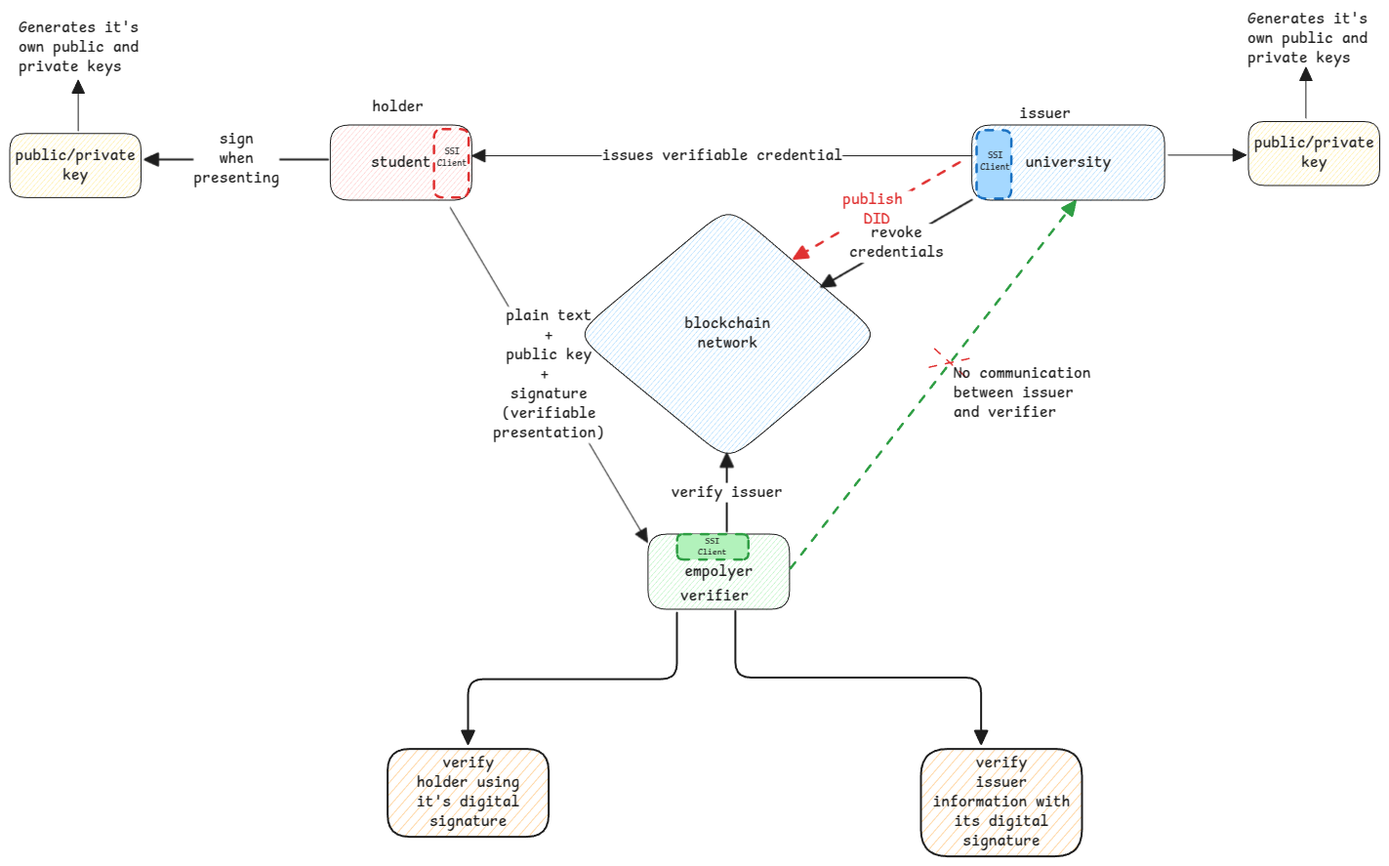
Earlier version of the Excalidraw export static/img/ssi.excalidraw.png (swaroopar/inprogress-engineer). Source tidied: one line per element, renumbered; positions are measured from the earlier drawing's top-left corner, leaving out a move shared by most shapes.
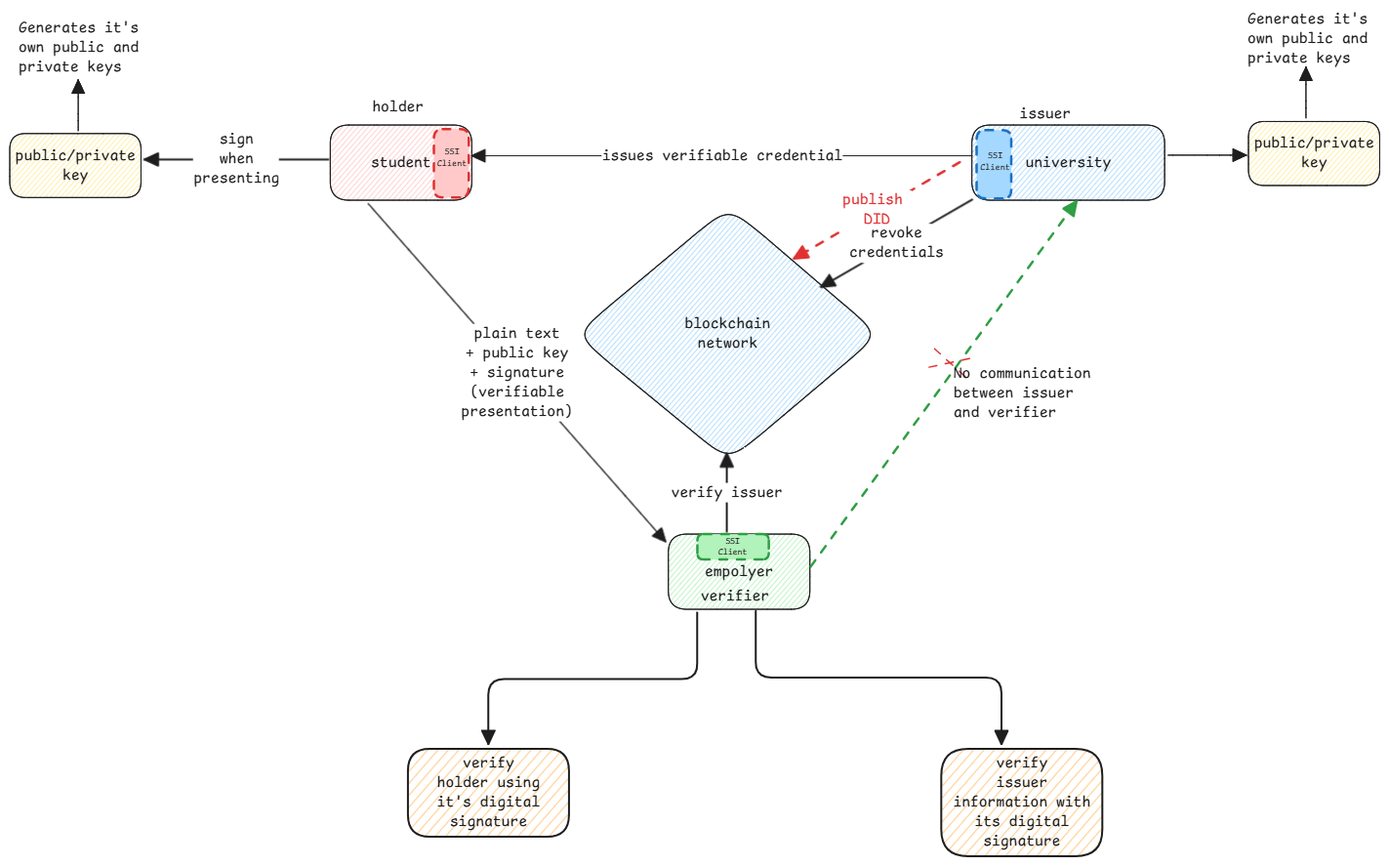
The same diagram one commit later.

Diff of the diagram source:
```diff
@@ -2,29 +2,29 @@
 {"id": 1, "type": "text", "text": "student", "strokeColor": "#1e1e1e", "strokeWidth": 1, "roughness": 0, "fontSize": 16, "fontFamily": 8, "textAlign": "center", "verticalAlign": "middle", "inside": 0, "x": 370, "y": 147, "width": 62, "height": 20}
 {"id": 2, "type": "rectangle", "strokeColor": "#1e1e1e", "backgroundColor": "#a5d8ff", "fillStyle": "hachure", "strokeWidth": 1, "roughness": 0, "round": true, "x": 986, "y": 118, "width": 198, "height": 77}
 {"id": 3, "type": "text", "text": "university", "strokeColor": "#1e1e1e", "strokeWidth": 1, "roughness": 0, "fontSize": 16, "fontFamily": 8, "textAlign": "center", "verticalAlign": "middle", "inside": 2, "x": 1040, "y": 147, "width": 88, "height": 20}
-{"id": 4, "type": "rectangle", "strokeColor": "#1e1e1e", "backgroundColor": "#b2f2bb", "fillStyle": "hachure", "strokeWidth": 1, "roughness": 0, "round": true, "x": 654, "y": 537, "width": 145, "height": 77}
+{"id": 4, "type": "rectangle", "strokeColor": "#1e1e1e", "backgroundColor": "#b2f2bb", "fillStyle": "hachure", "strokeWidth": 1, "roughness": 0, "round": true, "x": 675, "y": 537, "width": 145, "height": 77}
-{"id": 5, "type": "text", "text": "empolyer", "strokeColor": "#1e1e1e", "strokeWidth": 1, "roughness": 0, "fontSize": 16, "fontFamily": 8, "textAlign": "center", "verticalAlign": "middle", "inside": 4, "x": 691, "y": 566, "width": 70, "height": 20}
+{"id": 5, "type": "text", "text": "empolyer", "strokeColor": "#1e1e1e", "strokeWidth": 1, "roughness": 0, "fontSize": 16, "fontFamily": 8, "textAlign": "center", "verticalAlign": "middle", "inside": 4, "x": 712, "y": 566, "width": 70, "height": 20}
 {"id": 6, "type": "diamond", "strokeColor": "#1e1e1e", "backgroundColor": "#a5d8ff", "fillStyle": "hachure", "strokeWidth": 1, "roughness": 0, "round": true, "x": 579, "y": 202, "width": 312, "height": 261}
 {"id": 7, "type": "text", "text": "blockchain\nnetwork", "strokeColor": "#1e1e1e", "strokeWidth": 1, "roughness": 0, "fontSize": 16, "fontFamily": 8, "textAlign": "center", "verticalAlign": "middle", "inside": 6, "x": 691, "y": 312, "width": 88, "height": 40}
 {"id": 8, "type": "text", "text": "issuer", "strokeColor": "#1e1e1e", "strokeWidth": 1, "roughness": 0, "fontSize": 16, "fontFamily": 8, "x": 1034, "y": 97, "width": 53, "height": 20}
 {"id": 9, "type": "arrow", "strokeColor": "#1e1e1e", "strokeWidth": 1, "roughness": 0, "endArrowhead": "triangle", "round": true, "x": 986, "y": 150, "width": 513, "height": 0, "points": [[0, 0], [-513, 0]]}
 {"id": 10, "type": "text", "text": "issues verifiable credential", "strokeColor": "#1e1e1e", "strokeWidth": 1, "roughness": 0, "fontSize": 16, "fontFamily": 8, "textAlign": "center", "verticalAlign": "middle", "inside": 9, "x": 607, "y": 140, "width": 246, "height": 20}
-{"id": 11, "type": "arrow", "strokeColor": "#1e1e1e", "strokeWidth": 1, "roughness": 0, "endArrowhead": "triangle", "round": true, "from": 26, "to": 4, "x": 451, "y": 203, "width": 202, "height": 343, "points": [[0, 0], [202, 343]]}
+{"id": 11, "type": "arrow", "strokeColor": "#1e1e1e", "strokeWidth": 1, "roughness": 0, "endArrowhead": "triangle", "round": true, "from": 0, "to": 4, "x": 367, "y": 198, "width": 305, "height": 347, "points": [[0, 0], [305, 347]]}
-{"id": 12, "type": "text", "text": "plain text\n+\npublic key\n+ \nsignature\n(verifiable\npresentation)", "strokeColor": "#1e1e1e", "strokeWidth": 1, "roughness": 0, "fontSize": 16, "fontFamily": 8, "textAlign": "center", "verticalAlign": "middle", "inside": 11, "x": 471, "y": 302, "width": 114, "height": 140}
+{"id": 12, "type": "text", "text": "plain text\n+ public key\n+ signature\n(verifiable\npresentation)", "strokeColor": "#1e1e1e", "strokeWidth": 1, "roughness": 0, "fontSize": 16, "fontFamily": 8, "textAlign": "center", "verticalAlign": "middle", "inside": 11, "x": 453, "y": 322, "width": 114, "height": 100}
 {"id": 13, "type": "rectangle", "strokeColor": "#1e1e1e", "backgroundColor": "#ffec99", "fillStyle": "hachure", "strokeWidth": 1, "roughness": 0, "round": true, "x": 1269, "y": 114, "width": 134, "height": 66}
 {"id": 14, "type": "text", "text": "public/private\nkey", "strokeColor": "#1e1e1e", "strokeWidth": 1, "roughness": 0, "fontSize": 16, "fontFamily": 8, "textAlign": "center", "verticalAlign": "middle", "inside": 13, "x": 1275, "y": 127, "width": 123, "height": 40}
 {"id": 15, "type": "arrow", "strokeColor": "#1e1e1e", "strokeWidth": 1, "roughness": 0, "endArrowhead": "triangle", "round": true, "to": 13, "x": 1187, "y": 149, "width": 80, "height": 0, "points": [[0, 0], [80, 0]]}
 {"id": 16, "type": "arrow", "strokeColor": "#1e1e1e", "strokeWidth": 1, "roughness": 0, "endArrowhead": "triangle", "round": true, "x": 1328, "y": 111, "width": 0, "height": 52, "points": [[0, 0], [0, -52]]}
 {"id": 17, "type": "text", "text": "Generates it's\nown public and \nprivate keys", "strokeColor": "#1e1e1e", "strokeWidth": 1, "roughness": 0, "fontSize": 16, "fontFamily": 8, "x": 1268, "y": 0, "width": 132, "height": 60}
-{"id": 18, "type": "arrow", "strokeColor": "#2f9e44", "strokeWidth": 2, "strokeStyle": "dashed", "roughness": 0, "endArrowhead": "triangle", "round": true, "from": 4, "to": 2, "x": 800, "y": 572, "width": 292, "height": 376, "points": [[0, 0], [292, -376]]}
+{"id": 18, "type": "arrow", "strokeColor": "#2f9e44", "strokeWidth": 2, "strokeStyle": "dashed", "roughness": 0, "endArrowhead": "triangle", "round": true, "from": 4, "to": 2, "x": 821, "y": 570, "width": 272, "height": 374, "points": [[0, 0], [272, -374]]}
 {"id": 19, "type": "line", "strokeColor": "#e03131", "strokeWidth": 1, "strokeStyle": "dashed", "roughness": 0, "round": true, "x": 947, "y": 347, "width": 36, "height": 32, "points": [[0, 0], [36, 32]]}
 {"id": 20, "type": "line", "strokeColor": "#e03131", "strokeWidth": 1, "strokeStyle": "dashed", "roughness": 0, "round": true, "x": 942, "y": 366, "width": 41, "height": 9, "points": [[0, 0], [41, -9]]}
 {"id": 21, "type": "text", "text": "No communication\nbetween issuer\nand verifier", "strokeColor": "#1e1e1e", "strokeWidth": 2, "strokeStyle": "dashed", "roughness": 0, "fontSize": 16, "fontFamily": 8, "x": 967, "y": 363, "width": 141, "height": 60}
-{"id": 22, "type": "text", "text": "verifier", "strokeColor": "#1e1e1e", "strokeWidth": 2, "strokeStyle": "dashed", "roughness": 0, "fontSize": 16, "fontFamily": 8, "x": 687, "y": 591, "width": 70, "height": 20}
+{"id": 22, "type": "text", "text": "verifier", "strokeColor": "#1e1e1e", "strokeWidth": 2, "strokeStyle": "dashed", "roughness": 0, "fontSize": 16, "fontFamily": 8, "x": 708, "y": 591, "width": 70, "height": 20}
 {"id": 23, "type": "text", "text": "holder", "strokeColor": "#1e1e1e", "strokeWidth": 2, "strokeStyle": "dashed", "roughness": 0, "fontSize": 16, "fontFamily": 8, "x": 371, "y": 90, "width": 53, "height": 20}
 {"id": 24, "type": "arrow", "strokeColor": "#e03131", "strokeWidth": 2, "strokeStyle": "dashed", "roughness": 0, "endArrowhead": "triangle", "round": true, "from": 2, "to": 6, "x": 973, "y": 156, "width": 170, "height": 99, "points": [[0, 0], [-170, 99]]}
 {"id": 25, "type": "text", "text": "publish \nDID", "strokeColor": "#e03131", "strokeWidth": 2, "strokeStyle": "dashed", "roughness": 0, "fontSize": 16, "fontFamily": 8, "textAlign": "center", "verticalAlign": "middle", "inside": 24, "x": 869, "y": 203, "width": 70, "height": 40}
-{"id": 26, "type": "rectangle", "strokeColor": "#e03131", "strokeWidth": 2, "strokeStyle": "dashed", "roughness": 0, "round": true, "x": 435, "y": 122, "width": 36, "height": 70}
+{"id": 26, "type": "rectangle", "strokeColor": "#e03131", "backgroundColor": "#ffc9c9", "fillStyle": "solid", "strokeWidth": 2, "strokeStyle": "dashed", "roughness": 0, "round": true, "x": 435, "y": 122, "width": 36, "height": 70}
 {"id": 27, "type": "text", "text": "SSI\nClient", "strokeColor": "#1e1e1e", "strokeWidth": 2, "strokeStyle": "dashed", "roughness": 0, "fontSize": 9.33, "fontFamily": 8, "textAlign": "center", "x": 438, "y": 140, "width": 31, "height": 23}
 {"id": 28, "type": "rectangle", "strokeColor": "#1e1e1e", "backgroundColor": "#ffec99", "fillStyle": "hachure", "strokeWidth": 1, "roughness": 0, "round": true, "x": 0, "y": 127, "width": 134, "height": 66}
 {"id": 29, "type": "text", "text": "public/private\nkey", "strokeColor": "#1e1e1e", "strokeWidth": 1, "roughness": 0, "fontSize": 16, "fontFamily": 8, "textAlign": "center", "verticalAlign": "middle", "inside": 28, "x": 6, "y": 140, "width": 123, "height": 40}
@@ -32,17 +32,17 @@
 {"id": 31, "type": "text", "text": "Generates it's\nown public and \nprivate keys", "strokeColor": "#1e1e1e", "strokeWidth": 1, "roughness": 0, "fontSize": 16, "fontFamily": 8, "x": 9, "y": 9, "width": 132, "height": 60}
 {"id": 32, "type": "arrow", "strokeColor": "#1e1e1e", "strokeWidth": 2, "roughness": 0, "endArrowhead": "triangle", "round": true, "from": 0, "x": 326, "y": 153, "width": 188, "height": 0, "points": [[0, 0], [-188, 0]]}
 {"id": 33, "type": "text", "text": "sign\nwhen\npresenting", "strokeColor": "#1e1e1e", "strokeWidth": 2, "roughness": 0, "fontSize": 16, "fontFamily": 8, "textAlign": "center", "verticalAlign": "middle", "inside": 32, "x": 214, "y": 123, "width": 88, "height": 60}
-{"id": 34, "type": "rectangle", "strokeColor": "#1e1e1e", "backgroundColor": "#ffd8a8", "fillStyle": "hachure", "strokeWidth": 2, "roughness": 0, "round": true, "x": 387, "y": 757, "width": 165, "height": 90}
+{"id": 34, "type": "rectangle", "strokeColor": "#1e1e1e", "backgroundColor": "#ffd8a8", "fillStyle": "hachure", "strokeWidth": 2, "roughness": 0, "round": true, "x": 408, "y": 757, "width": 165, "height": 90}
-{"id": 35, "type": "text", "text": "verify\nholder using\nit's digital\nsignature", "strokeColor": "#1e1e1e", "strokeWidth": 2, "roughness": 0, "fontSize": 16, "fontFamily": 8, "textAlign": "center", "verticalAlign": "middle", "inside": 34, "x": 417, "y": 762, "width": 106, "height": 80}
+{"id": 35, "type": "text", "text": "verify\nholder using\nit's digital\nsignature", "strokeColor": "#1e1e1e", "strokeWidth": 2, "roughness": 0, "fontSize": 16, "fontFamily": 8, "textAlign": "center", "verticalAlign": "middle", "inside": 34, "x": 438, "y": 762, "width": 106, "height": 80}
-{"id": 36, "type": "rectangle", "strokeColor": "#1e1e1e", "backgroundColor": "#ffd8a8", "fillStyle": "hachure", "strokeWidth": 2, "roughness": 0, "round": true, "x": 933, "y": 757, "width": 165, "height": 110}
+{"id": 36, "type": "rectangle", "strokeColor": "#1e1e1e", "backgroundColor": "#ffd8a8", "fillStyle": "hachure", "strokeWidth": 2, "roughness": 0, "round": true, "x": 954, "y": 757, "width": 165, "height": 110}
-{"id": 37, "type": "text", "text": "verify\nissuer\ninformation with\nits digital\nsignature", "strokeColor": "#1e1e1e", "strokeWidth": 2, "roughness": 0, "fontSize": 16, "fontFamily": 8, "textAlign": "center", "verticalAlign": "middle", "inside": 36, "x": 946, "y": 762, "width": 141, "height": 100}
+{"id": 37, "type": "text", "text": "verify\nissuer\ninformation with\nits digital\nsignature", "strokeColor": "#1e1e1e", "strokeWidth": 2, "roughness": 0, "fontSize": 16, "fontFamily": 8, "textAlign": "center", "verticalAlign": "middle", "inside": 36, "x": 966, "y": 762, "width": 141, "height": 100}
 {"id": 38, "type": "arrow", "strokeColor": "#1e1e1e", "strokeWidth": 2, "roughness": 0, "endArrowhead": "triangle", "round": true, "x": 735, "y": 535, "width": 0, "height": 80, "points": [[0, 0], [0, -80]]}
 {"id": 39, "type": "text", "text": "verify issuer", "strokeColor": "#1e1e1e", "strokeWidth": 2, "roughness": 0, "fontSize": 16, "fontFamily": 8, "textAlign": "center", "verticalAlign": "middle", "inside": 38, "x": 677, "y": 485, "width": 114, "height": 20}
 {"id": 40, "type": "rectangle", "strokeColor": "#1971c2", "backgroundColor": "#a5d8ff", "fillStyle": "solid", "strokeWidth": 2, "strokeStyle": "dashed", "roughness": 0, "round": true, "x": 991, "y": 123, "width": 36, "height": 70}
 {"id": 41, "type": "text", "text": "SSI\nClient", "strokeColor": "#1e1e1e", "strokeWidth": 2, "strokeStyle": "dashed", "roughness": 0, "fontSize": 9.33, "fontFamily": 8, "textAlign": "center", "x": 994, "y": 144, "width": 31, "height": 23}
 {"id": 42, "type": "arrow", "strokeColor": "#1e1e1e", "strokeWidth": 2, "roughness": 0, "endArrowhead": "triangle", "round": true, "x": 986, "y": 195, "width": 155, "height": 89, "points": [[0, 0], [-155, 89]]}
 {"id": 43, "type": "text", "text": "revoke\ncredentials", "strokeColor": "#1e1e1e", "strokeWidth": 2, "roughness": 0, "fontSize": 16, "fontFamily": 8, "textAlign": "center", "verticalAlign": "middle", "inside": 42, "x": 860, "y": 219, "width": 97, "height": 40}
-{"id": 44, "type": "rectangle", "strokeColor": "#2f9e44", "backgroundColor": "#b2f2bb", "fillStyle": "solid", "strokeWidth": 2, "strokeStyle": "dashed", "roughness": 0, "round": true, "x": 684, "y": 537, "width": 73, "height": 26}
+{"id": 44, "type": "rectangle", "strokeColor": "#2f9e44", "backgroundColor": "#b2f2bb", "fillStyle": "solid", "strokeWidth": 2, "strokeStyle": "dashed", "roughness": 0, "round": true, "x": 704, "y": 537, "width": 73, "height": 26}
-{"id": 45, "type": "text", "text": "SSI\nClient", "strokeColor": "#1e1e1e", "strokeWidth": 2, "strokeStyle": "dashed", "roughness": 0, "fontSize": 8.95, "fontFamily": 8, "textAlign": "center", "x": 705, "y": 539, "width": 30, "height": 22}
+{"id": 45, "type": "text", "text": "SSI\nClient", "strokeColor": "#1e1e1e", "strokeWidth": 2, "strokeStyle": "dashed", "roughness": 0, "fontSize": 8.95, "fontFamily": 8, "textAlign": "center", "x": 726, "y": 539, "width": 30, "height": 22}
-{"id": 46, "type": "arrow", "strokeColor": "#1e1e1e", "strokeWidth": 2, "roughness": 0, "endArrowhead": "triangle", "from": 4, "to": 34, "x": 684, "y": 618, "width": 214, "height": 135, "points": [[0, 0], [0, 68], [-214, 68], [-214, 135]]}
+{"id": 46, "type": "arrow", "strokeColor": "#1e1e1e", "strokeWidth": 2, "roughness": 0, "endArrowhead": "triangle", "from": 4, "to": 34, "x": 704, "y": 618, "width": 214, "height": 135, "points": [[0, 0], [0, 68], [-214, 68], [-214, 135]]}
-{"id": 47, "type": "arrow", "strokeColor": "#1e1e1e", "strokeWidth": 2, "roughness": 0, "endArrowhead": "triangle", "from": 22, "to": 36, "x": 743, "y": 616, "width": 252, "height": 136, "points": [[0, 0], [0, 68], [252, 68], [252, 136]]}
+{"id": 47, "type": "arrow", "strokeColor": "#1e1e1e", "strokeWidth": 2, "roughness": 0, "endArrowhead": "triangle", "from": 22, "to": 36, "x": 764, "y": 616, "width": 252, "height": 136, "points": [[0, 0], [0, 68], [252, 68], [252, 136]]}
```
